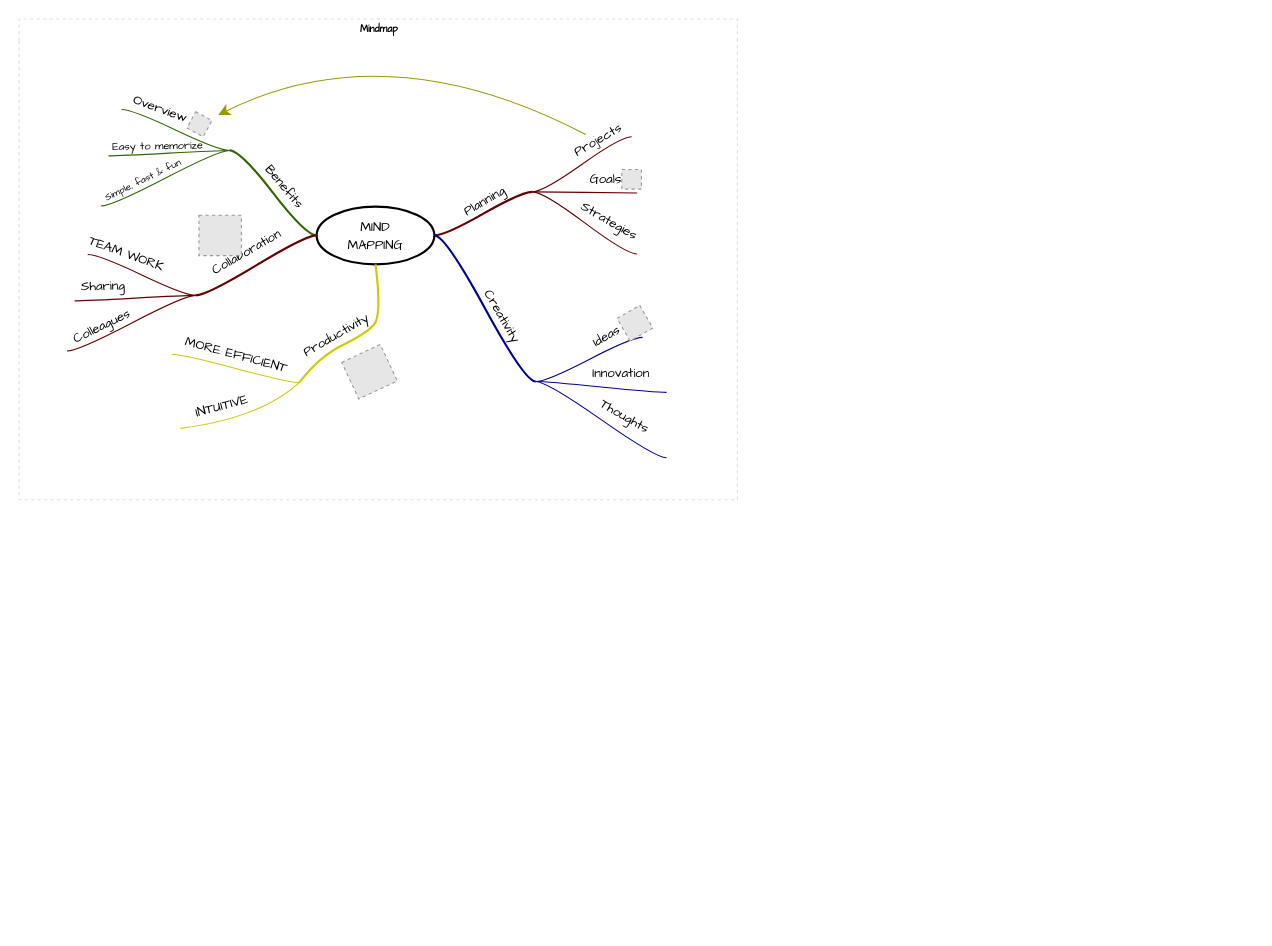
Before: Spring-生态微服务体系.drawio in XiongZen/QJReconstitution, a draw.io diagram. Source tidied: cells renumbered, new cells numbered last; positions are measured from the earlier drawing's top-left corner, leaving out a move shared by most shapes. Both pictures are drawn from the tidied source at 109%, with x=0, y=0 at pixel (19, 19). Pictures stored in the file or linked from it are replaced by grey dashed boxes.
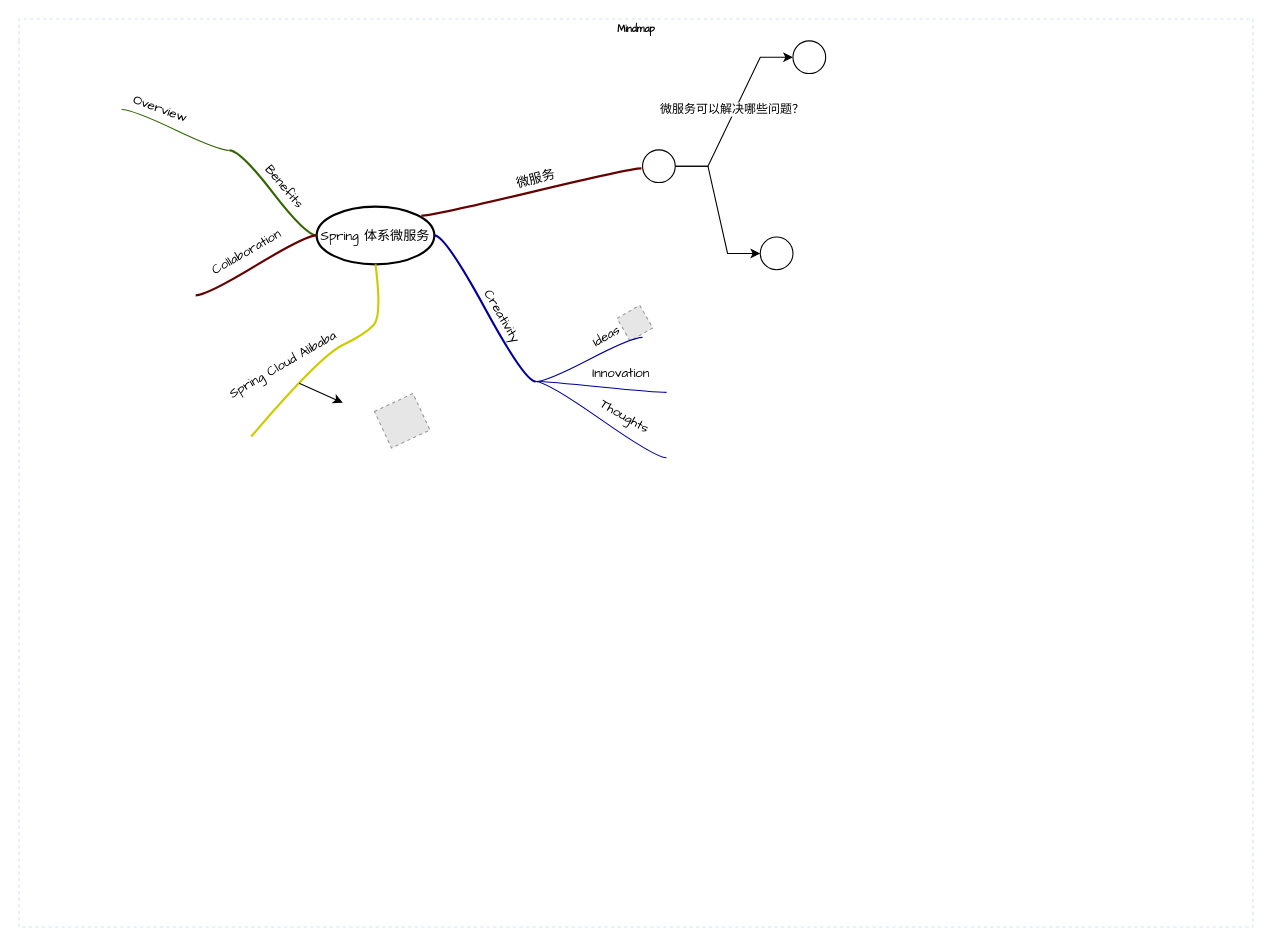
Above is the later version.

Commit message (it also covers changes not shown here):
Update Spring-生态微服务体系.drawio

Unchanged cells that the change refers to:
```xml
<mxCell id="16" style="whiteSpace=wrap;html=1;rounded=1;arcSize=50;align=center;verticalAlign=middle;strokeWidth=1;spacing=4;" parent="2" vertex="1">
  <mxGeometry x="474" y="332" height="1" as="geometry" />
</mxCell>
<mxCell id="19" style="whiteSpace=wrap;html=1;rounded=1;arcSize=50;align=center;verticalAlign=middle;strokeWidth=1;spacing=4;" parent="2" vertex="1">
  <mxGeometry x="572" y="292" width="5" as="geometry" />
</mxCell>
<mxCell id="32" style="whiteSpace=wrap;html=1;rounded=1;arcSize=50;align=center;verticalAlign=middle;strokeWidth=1;spacing=4;" parent="2" vertex="1">
  <mxGeometry x="193" y="120" height="1" as="geometry" />
</mxCell>
<mxCell id="61" style="whiteSpace=wrap;html=1;rounded=1;arcSize=50;align=center;verticalAlign=middle;strokeWidth=1;spacing=4;" parent="2" vertex="1">
  <mxGeometry x="257" y="333" height="1" as="geometry" />
</mxCell>
```

The edit, as a diff of the source:
```diff
@@
     <mxCell id="2" value="Mindmap" style="swimlane;html=1;startSize=20;horizontal=1;containerType=tree;labelBackgroundColor=none;strokeColor=#D4E1F5;strokeWidth=1;fillColor=none;fontFamily=Comic Sans MS;fontSize=9;swimlaneLine=0;dashed=1;" parent="1" vertex="1">
-      <mxGeometry width="659" height="441" as="geometry" />
+      <mxGeometry width="1132" height="833" as="geometry" />
     </mxCell>
-    <mxCell id="3" value="&lt;font face=&quot;Comic Sans MS&quot;&gt;MIND&lt;br&gt;MAPPING&lt;/font&gt;" style="ellipse;whiteSpace=wrap;html=1;align=center;strokeWidth=2;" parent="2" vertex="1">
+    <mxCell id="3" value="&lt;font face=&quot;Comic Sans MS&quot;&gt;Spring 体系微服务&lt;/font&gt;" style="ellipse;whiteSpace=wrap;html=1;align=center;strokeWidth=2;" parent="2" vertex="1">
       <mxGeometry x="273" y="172" width="108" height="53" as="geometry" />
     </mxCell>
-    <mxCell id="4" style="whiteSpace=wrap;html=1;rounded=1;arcSize=50;align=center;verticalAlign=middle;strokeWidth=1;spacing=4;" parent="2" vertex="1">
-      <mxGeometry x="471" y="158" height="1" as="geometry" />
-    </mxCell>
-    <mxCell id="5" style="edgeStyle=entityRelationEdgeStyle;startArrow=none;endArrow=none;segment=10;curved=1;strokeWidth=2;strokeColor=#660000;rounded=0;fontSize=12;startSize=8;endSize=8;" parent="2" edge="1" source="3" target="4">
-      <mxGeometry relative="1" as="geometry" />
+    <mxCell id="5" style="edgeStyle=entityRelationEdgeStyle;startArrow=none;endArrow=none;segment=10;curved=1;strokeWidth=2;strokeColor=#660000;rounded=0;fontSize=12;startSize=8;endSize=8;" parent="2" edge="1">
+      <mxGeometry relative="1" as="geometry">
+        <mxPoint x="369" y="180.5" as="sourcePoint" />
+        <mxPoint x="571" y="137" as="targetPoint" />
+        <Array as="points">
+          <mxPoint x="461" y="118" />
+        </Array>
+      </mxGeometry>
     </mxCell>
-    <mxCell id="6" value="Planning" style="text;html=1;align=center;verticalAlign=middle;labelBackgroundColor=none;rotation=-30;fontFamily=Comic Sans MS;" parent="5" vertex="1">
+    <mxCell id="6" value="微服务" style="text;html=1;align=center;verticalAlign=middle;labelBackgroundColor=none;rotation=-15;fontFamily=Comic Sans MS;" parent="5" vertex="1">
       <mxGeometry x="0.02" y="2" relative="1" as="geometry">
         <mxPoint x="1" y="-9" as="offset" />
       </mxGeometry>
     </mxCell>
-    <mxCell id="7" style="whiteSpace=wrap;html=1;rounded=1;arcSize=50;align=center;verticalAlign=middle;strokeWidth=1;spacing=4;" parent="2" vertex="1" collapsed="1">
-      <mxGeometry x="562" y="108" width="5" as="geometry" />
-    </mxCell>
-    <mxCell id="8" style="edgeStyle=entityRelationEdgeStyle;startArrow=none;endArrow=none;segment=10;curved=1;strokeColor=#660000;rounded=0;fontSize=12;startSize=8;endSize=8;" parent="2" edge="1" source="4" target="7">
-      <mxGeometry relative="1" as="geometry" />
-    </mxCell>
-    <mxCell id="9" value="Projects" style="text;html=1;points=[];align=center;verticalAlign=middle;labelBackgroundColor=none;fontFamily=Comic Sans MS;rotation=-30;" parent="8" vertex="1">
-      <mxGeometry x="0.26" relative="1" as="geometry">
-        <mxPoint x="3" y="-14" as="offset" />
-      </mxGeometry>
-    </mxCell>
-    <mxCell id="10" style="whiteSpace=wrap;html=1;rounded=1;arcSize=50;align=center;verticalAlign=middle;strokeWidth=1;spacing=4;" parent="2" vertex="1">
-      <mxGeometry x="567" y="159" height="1" as="geometry" />
-    </mxCell>
-    <mxCell id="11" style="edgeStyle=entityRelationEdgeStyle;startArrow=none;endArrow=none;segment=10;curved=1;strokeColor=#660000;rounded=0;fontSize=12;startSize=8;endSize=8;" parent="2" edge="1" source="4" target="10">
-      <mxGeometry relative="1" as="geometry" />
-    </mxCell>
-    <mxCell id="12" value="Goals" style="text;html=1;align=center;verticalAlign=middle;labelBackgroundColor=none;fontFamily=Comic Sans MS;rotation=0;" parent="11" vertex="1">
-      <mxGeometry x="-0.11" y="-1" relative="1" as="geometry">
-        <mxPoint x="24" y="-12" as="offset" />
-      </mxGeometry>
-    </mxCell>
-    <mxCell id="13" style="whiteSpace=wrap;html=1;rounded=1;arcSize=50;align=center;verticalAlign=middle;strokeWidth=1;spacing=4;" parent="2" vertex="1">
-      <mxGeometry x="567" y="215" height="1" as="geometry" />
-    </mxCell>
-    <mxCell id="14" style="edgeStyle=entityRelationEdgeStyle;startArrow=none;endArrow=none;segment=10;curved=1;strokeColor=#660000;rounded=0;fontSize=12;startSize=8;endSize=8;" parent="2" edge="1" source="4" target="13">
-      <mxGeometry relative="1" as="geometry" />
-    </mxCell>
-    <mxCell id="15" value="Strategies" style="text;html=1;align=center;verticalAlign=middle;labelBackgroundColor=none;fontFamily=Comic Sans MS;rotation=30;" parent="14" vertex="1">
-      <mxGeometry x="-0.11" y="-1" relative="1" as="geometry">
-        <mxPoint x="28" y="1" as="offset" />
-      </mxGeometry>
-    </mxCell>
@@
-    <mxCell id="20" style="edgeStyle=entityRelationEdgeStyle;startArrow=none;endArrow=none;segment=10;curved=1;strokeColor=#000099;rounded=0;fontSize=12;startSize=8;endSize=8;" parent="2" edge="1" source="16" target="19">
-      <mxGeometry relative="1" as="geometry" />
-    </mxCell>
-    <mxCell id="21" value="Ideas" style="text;html=1;align=center;verticalAlign=middle;labelBackgroundColor=none;fontFamily=Comic Sans MS;rotation=-30;" parent="20" vertex="1">
-      <mxGeometry x="0.26" relative="1" as="geometry">
-        <mxPoint x="3" y="-14" as="offset" />
-      </mxGeometry>
-    </mxCell>
@@
-    <mxCell id="30" style="fillColor=#E6E6E6;strokeColor=#999999;dashed=1;html=1;verticalAlign=top;verticalLabelPosition=bottom;labelBackgroundColor=#ffffff;fontFamily=Comic Sans MS;" parent="2" vertex="1">
-      <mxGeometry x="553" y="138" width="18" height="18" as="geometry" />
-    </mxCell>
-    <mxCell id="31" style="edgeStyle=entityRelationEdgeStyle;jumpStyle=arc;html=1;endArrow=classicThin;endFill=1;jettySize=auto;strokeColor=none;strokeWidth=2;fontFamily=Comic Sans MS;rounded=0;fontSize=12;startSize=8;endSize=8;curved=1;" parent="2" edge="1" source="10" target="30">
-      <mxGeometry relative="1" as="geometry" />
-    </mxCell>
@@
-    <mxCell id="35" style="whiteSpace=wrap;html=1;rounded=1;arcSize=50;align=center;verticalAlign=middle;strokeWidth=1;spacing=4;" parent="2" vertex="1">
-      <mxGeometry x="75" y="171" height="1" as="geometry" />
-    </mxCell>
-    <mxCell id="36" style="edgeStyle=entityRelationEdgeStyle;startArrow=none;endArrow=none;segment=10;curved=1;strokeColor=#336600;rounded=0;fontSize=12;startSize=8;endSize=8;" parent="2" edge="1" source="32" target="35">
-      <mxGeometry relative="1" as="geometry" />
-    </mxCell>
-    <mxCell id="37" value="Simple, fast &amp;amp; fun" style="text;html=1;align=center;verticalAlign=middle;labelBackgroundColor=none;fontFamily=Comic Sans MS;rotation=-26;fontSize=9;" parent="36" vertex="1">
-      <mxGeometry x="-0.11" y="-1" relative="1" as="geometry">
-        <mxPoint x="-27" y="7" as="offset" />
-      </mxGeometry>
-    </mxCell>
-    <mxCell id="38" style="whiteSpace=wrap;html=1;rounded=1;arcSize=50;align=center;verticalAlign=middle;strokeWidth=1;spacing=4;" parent="2" vertex="1">
-      <mxGeometry x="82" y="125" height="1" as="geometry" />
-    </mxCell>
-    <mxCell id="39" style="edgeStyle=entityRelationEdgeStyle;startArrow=none;endArrow=none;segment=10;curved=1;strokeColor=#336600;rounded=0;fontSize=12;startSize=8;endSize=8;" parent="2" edge="1" source="32" target="38">
-      <mxGeometry relative="1" as="geometry" />
-    </mxCell>
-    <mxCell id="40" value="Easy to memorize" style="text;html=1;align=center;verticalAlign=middle;labelBackgroundColor=none;fontFamily=Comic Sans MS;rotation=-1;fontSize=10;" parent="39" vertex="1">
-      <mxGeometry x="-0.11" y="-1" relative="1" as="geometry">
-        <mxPoint x="-18" y="-6" as="offset" />
-      </mxGeometry>
-    </mxCell>
@@
-    <mxCell id="44" style="fillColor=#E6E6E6;strokeColor=#999999;dashed=1;html=1;verticalAlign=top;verticalLabelPosition=bottom;labelBackgroundColor=#ffffff;fontFamily=Comic Sans MS;fontSize=10;rotation=28;" parent="2" vertex="1">
-      <mxGeometry x="157" y="88" width="17" height="17" as="geometry" />
-    </mxCell>
-    <mxCell id="45" style="endArrow=classic;html=1;curved=1;sourcePerimeterSpacing=10;strokeColor=#999900;targetPerimeterSpacing=7;rounded=0;fontSize=12;startSize=8;endSize=8;" parent="2" edge="1" source="9" target="44">
-      <mxGeometry relative="1" as="geometry">
-        <Array as="points">
-          <mxPoint x="338" y="11" />
-        </Array>
-      </mxGeometry>
-    </mxCell>
-    <mxCell id="46" style="jumpStyle=arc;html=1;endArrow=classicThin;endFill=1;jettySize=auto;strokeColor=none;strokeWidth=2;fontFamily=Comic Sans MS;fontSize=10;rounded=0;startSize=8;endSize=8;curved=1;" parent="2" edge="1" source="32" target="44">
-      <mxGeometry relative="1" as="geometry" />
+    <mxCell id="46" style="jumpStyle=arc;html=1;endArrow=classicThin;endFill=1;jettySize=auto;strokeColor=none;strokeWidth=2;fontFamily=Comic Sans MS;fontSize=10;rounded=0;startSize=8;endSize=8;curved=1;" parent="2" edge="1" source="32">
+      <mxGeometry relative="1" as="geometry">
+        <mxPoint x="172.1" y="102.2" as="targetPoint" />
+      </mxGeometry>
     </mxCell>
-    <mxCell id="47" style="whiteSpace=wrap;html=1;rounded=1;arcSize=50;align=center;verticalAlign=middle;strokeWidth=1;spacing=4;" parent="2" vertex="1">
-      <mxGeometry x="162" y="253" height="1" as="geometry" />
-    </mxCell>
@@
-    <mxCell id="50" style="whiteSpace=wrap;html=1;rounded=1;arcSize=50;align=center;verticalAlign=middle;strokeWidth=1;spacing=4;" parent="2" vertex="1">
-      <mxGeometry x="44" y="304" height="1" as="geometry" />
-    </mxCell>
-    <mxCell id="51" style="edgeStyle=entityRelationEdgeStyle;startArrow=none;endArrow=none;segment=10;curved=1;strokeColor=#660000;rounded=0;fontSize=12;startSize=8;endSize=8;" parent="2" edge="1" source="47" target="50">
-      <mxGeometry relative="1" as="geometry" />
-    </mxCell>
-    <mxCell id="52" value="Colleagues" style="text;html=1;align=center;verticalAlign=middle;labelBackgroundColor=none;fontFamily=Comic Sans MS;rotation=-26;fontSize=12;" parent="51" vertex="1">
-      <mxGeometry x="-0.11" y="-1" relative="1" as="geometry">
-        <mxPoint x="-34" y="8" as="offset" />
-      </mxGeometry>
-    </mxCell>
-    <mxCell id="53" style="whiteSpace=wrap;html=1;rounded=1;arcSize=50;align=center;verticalAlign=middle;strokeWidth=1;spacing=4;" parent="2" vertex="1">
-      <mxGeometry x="51" y="258" height="1" as="geometry" />
-    </mxCell>
-    <mxCell id="54" style="edgeStyle=entityRelationEdgeStyle;startArrow=none;endArrow=none;segment=10;curved=1;strokeColor=#660000;rounded=0;fontSize=12;startSize=8;endSize=8;" parent="2" edge="1" source="47" target="53">
-      <mxGeometry relative="1" as="geometry" />
-    </mxCell>
-    <mxCell id="55" value="Sharing" style="text;html=1;align=center;verticalAlign=middle;labelBackgroundColor=none;fontFamily=Comic Sans MS;rotation=-1;fontSize=12;" parent="54" vertex="1">
-      <mxGeometry x="-0.11" y="-1" relative="1" as="geometry">
-        <mxPoint x="-37" y="-9" as="offset" />
-      </mxGeometry>
-    </mxCell>
-    <mxCell id="56" style="whiteSpace=wrap;html=1;rounded=1;arcSize=50;align=center;verticalAlign=middle;strokeWidth=1;spacing=4;" parent="2" vertex="1" collapsed="1">
-      <mxGeometry x="58" y="216" width="5" as="geometry" />
-    </mxCell>
-    <mxCell id="57" style="edgeStyle=entityRelationEdgeStyle;startArrow=none;endArrow=none;segment=10;curved=1;strokeColor=#660000;rounded=0;fontSize=12;startSize=8;endSize=8;" parent="2" edge="1" source="47" target="56">
-      <mxGeometry relative="1" as="geometry" />
-    </mxCell>
-    <mxCell id="58" value="TEAM WORK" style="text;html=1;align=center;verticalAlign=middle;labelBackgroundColor=none;fontFamily=Comic Sans MS;rotation=20;" parent="57" vertex="1">
-      <mxGeometry x="0.26" relative="1" as="geometry">
-        <mxPoint x="-2" y="-13" as="offset" />
-      </mxGeometry>
-    </mxCell>
-    <mxCell id="59" style="fillColor=#E6E6E6;strokeColor=#999999;dashed=1;html=1;verticalAlign=top;verticalLabelPosition=bottom;labelBackgroundColor=#ffffff;fontFamily=Comic Sans MS;fontSize=12;fontColor=#000000;align=center;" parent="2" vertex="1">
-      <mxGeometry x="165" y="180" width="39" height="37" as="geometry" />
-    </mxCell>
-    <mxCell id="60" style="edgeStyle=none;jumpStyle=arc;html=1;entryX=0.5;entryY=1;entryPerimeter=0;endArrow=classicThin;endFill=1;jettySize=auto;strokeColor=none;strokeWidth=2;fontFamily=Comic Sans MS;fontSize=12;rounded=0;startSize=8;endSize=8;curved=1;" parent="2" edge="1" source="47" target="59">
-      <mxGeometry relative="1" as="geometry" />
-    </mxCell>
@@
-    <mxCell id="62" style="startArrow=none;endArrow=none;segment=10;strokeWidth=2;strokeColor=#CCCC00;exitX=0.5;exitY=1;curved=1;rounded=0;fontSize=12;startSize=8;endSize=8;" parent="2" edge="1" source="3" target="61">
+    <mxCell id="62" style="startArrow=none;endArrow=none;segment=10;strokeWidth=2;strokeColor=#CCCC00;exitX=0.5;exitY=1;curved=1;rounded=0;fontSize=12;startSize=8;endSize=8;" parent="2" edge="1" source="3">
       <mxGeometry relative="1" as="geometry">
+        <mxPoint x="213" y="383" as="targetPoint" />
         <Array as="points">
           <mxPoint x="333" y="272" />
           <mxPoint x="318" y="289" />
           <mxPoint x="276" y="309" />
         </Array>
       </mxGeometry>
     </mxCell>
-    <mxCell id="63" value="Productivity" style="text;html=1;align=center;verticalAlign=middle;labelBackgroundColor=none;rotation=-30;fontFamily=Comic Sans MS;" parent="62" vertex="1">
+    <mxCell id="63" value="Spring Cloud Alibaba" style="text;html=1;align=center;verticalAlign=middle;labelBackgroundColor=none;rotation=-30;fontFamily=Comic Sans MS;" parent="62" vertex="1">
       <mxGeometry x="0.02" y="2" relative="1" as="geometry">
-        <mxPoint x="-24" y="-2" as="offset" />
+        <mxPoint x="-42" y="10" as="offset" />
       </mxGeometry>
     </mxCell>
-    <mxCell id="64" style="whiteSpace=wrap;html=1;rounded=1;arcSize=50;align=center;verticalAlign=middle;strokeWidth=1;spacing=4;" parent="2" vertex="1">
-      <mxGeometry x="148" y="375" height="1" as="geometry" />
-    </mxCell>
-    <mxCell id="65" style="startArrow=none;endArrow=none;segment=10;strokeColor=#CCCC00;curved=1;rounded=0;fontSize=12;startSize=8;endSize=8;" parent="2" edge="1" source="61" target="64">
-      <mxGeometry relative="1" as="geometry">
-        <Array as="points">
-          <mxPoint x="222" y="366" />
-        </Array>
-      </mxGeometry>
-    </mxCell>
-    <mxCell id="66" value="INTUITIVE" style="text;html=1;align=center;verticalAlign=middle;labelBackgroundColor=none;fontFamily=Comic Sans MS;rotation=-15;fontSize=12;" parent="65" vertex="1">
-      <mxGeometry x="-0.11" y="-1" relative="1" as="geometry">
-        <mxPoint x="-30" y="-10" as="offset" />
-      </mxGeometry>
-    </mxCell>
-    <mxCell id="67" style="whiteSpace=wrap;html=1;rounded=1;arcSize=50;align=center;verticalAlign=middle;strokeWidth=1;spacing=4;" parent="2" vertex="1">
-      <mxGeometry x="140" y="307" height="1" as="geometry" />
-    </mxCell>
-    <mxCell id="68" style="edgeStyle=entityRelationEdgeStyle;startArrow=none;endArrow=none;segment=10;curved=1;strokeColor=#CCCC00;rounded=0;fontSize=12;startSize=8;endSize=8;" parent="2" edge="1" source="61" target="67">
-      <mxGeometry relative="1" as="geometry" />
-    </mxCell>
-    <mxCell id="69" value="MORE EFFICIENT" style="text;html=1;align=center;verticalAlign=middle;labelBackgroundColor=none;fontFamily=Comic Sans MS;rotation=15;fontSize=12;" parent="68" vertex="1">
-      <mxGeometry x="-0.11" y="-1" relative="1" as="geometry">
-        <mxPoint x="-6" y="-13" as="offset" />
-      </mxGeometry>
-    </mxCell>
     <mxCell id="70" style="fillColor=#E6E6E6;strokeColor=#999999;dashed=1;html=1;verticalAlign=top;verticalLabelPosition=bottom;labelBackgroundColor=#ffffff;fontFamily=Comic Sans MS;fontSize=12;fontColor=#000000;align=center;rotation=-25;" parent="2" vertex="1">
-      <mxGeometry x="302" y="305" width="39" height="37" as="geometry" />
+      <mxGeometry x="332" y="350" width="39" height="37" as="geometry" />
     </mxCell>
@@
+    <mxCell id="20" style="edgeStyle=entityRelationEdgeStyle;startArrow=none;endArrow=none;segment=10;curved=1;strokeColor=#000099;rounded=0;fontSize=12;startSize=8;endSize=8;" parent="2" edge="1" source="16" target="19">
+      <mxGeometry relative="1" as="geometry" />
+    </mxCell>
+    <mxCell id="21" value="Ideas" style="text;html=1;align=center;verticalAlign=middle;labelBackgroundColor=none;fontFamily=Comic Sans MS;rotation=-30;" parent="20" vertex="1">
+      <mxGeometry x="0.26" relative="1" as="geometry">
+        <mxPoint x="3" y="-14" as="offset" />
+      </mxGeometry>
+    </mxCell>
+    <mxCell id="47" style="whiteSpace=wrap;html=1;rounded=1;arcSize=50;align=center;verticalAlign=middle;strokeWidth=1;spacing=4;" parent="2" vertex="1">
+      <mxGeometry x="162" y="253" height="1" as="geometry" />
+    </mxCell>
+    <mxCell id="72" style="edgeStyle=orthogonalEdgeStyle;rounded=0;jettySize=auto;html=1;" parent="2" edge="1" source="61" target="73">
+      <mxGeometry relative="1" as="geometry" />
+    </mxCell>
+    <mxCell id="73" style="whiteSpace=wrap;html=1;rounded=1;arcSize=50;align=center;verticalAlign=middle;strokeWidth=1;spacing=4;" parent="2" vertex="1">
+      <mxGeometry x="297" y="352" height="1" as="geometry" />
+    </mxCell>
+    <mxCell id="74" style="ellipse;whiteSpace=wrap;html=1;" parent="2" vertex="1">
+      <mxGeometry x="572" y="120" width="30" height="30" as="geometry" />
+    </mxCell>
+    <mxCell id="75" style="edgeStyle=entityRelationEdgeStyle;rounded=0;jettySize=auto;html=1;" parent="2" edge="1" source="74" target="77">
+      <mxGeometry relative="1" as="geometry" />
+    </mxCell>
+    <mxCell id="76" value="微服务可以解决哪些问题？" style="edgeLabel;html=1;align=center;verticalAlign=middle;" parent="75" vertex="1">
+      <mxGeometry x="0.02" y="3" relative="1" as="geometry" />
+    </mxCell>
+    <mxCell id="77" style="ellipse;whiteSpace=wrap;html=1;" parent="2" vertex="1">
+      <mxGeometry x="710" y="20" width="30" height="30" as="geometry" />
+    </mxCell>
+    <mxCell id="78" style="edgeStyle=entityRelationEdgeStyle;rounded=0;jettySize=auto;html=1;" parent="2" edge="1" source="74" target="79">
+      <mxGeometry relative="1" as="geometry" />
+    </mxCell>
+    <mxCell id="79" style="ellipse;whiteSpace=wrap;html=1;" parent="2" vertex="1">
+      <mxGeometry x="680" y="200" width="30" height="30" as="geometry" />
+    </mxCell>
```
